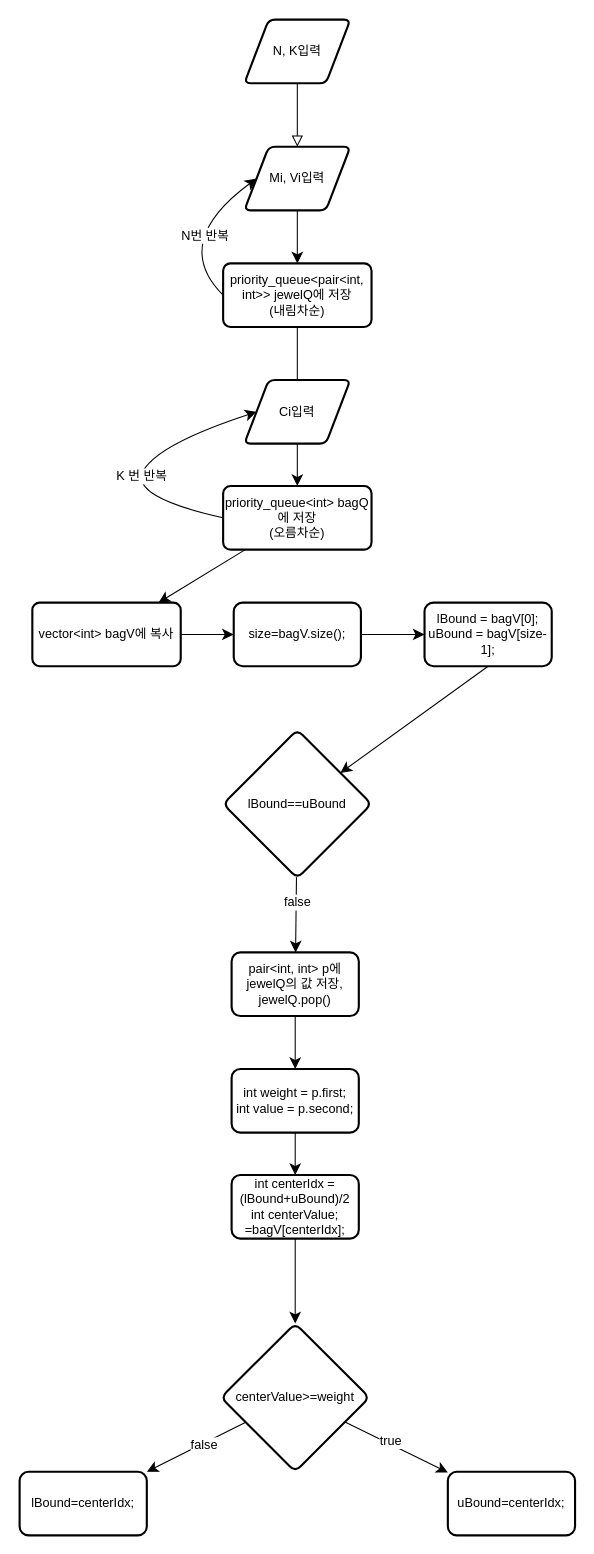
Before: 제목 없는 다이어그램.drawio in minjae-083/githubTest, a draw.io diagram. Source tidied: cells renumbered, new cells numbered last; positions are measured from the earlier drawing's top-left corner, leaving out a move shared by most shapes. Both pictures are drawn from the tidied source at 106%, with x=0, y=0 at pixel (19, 19).
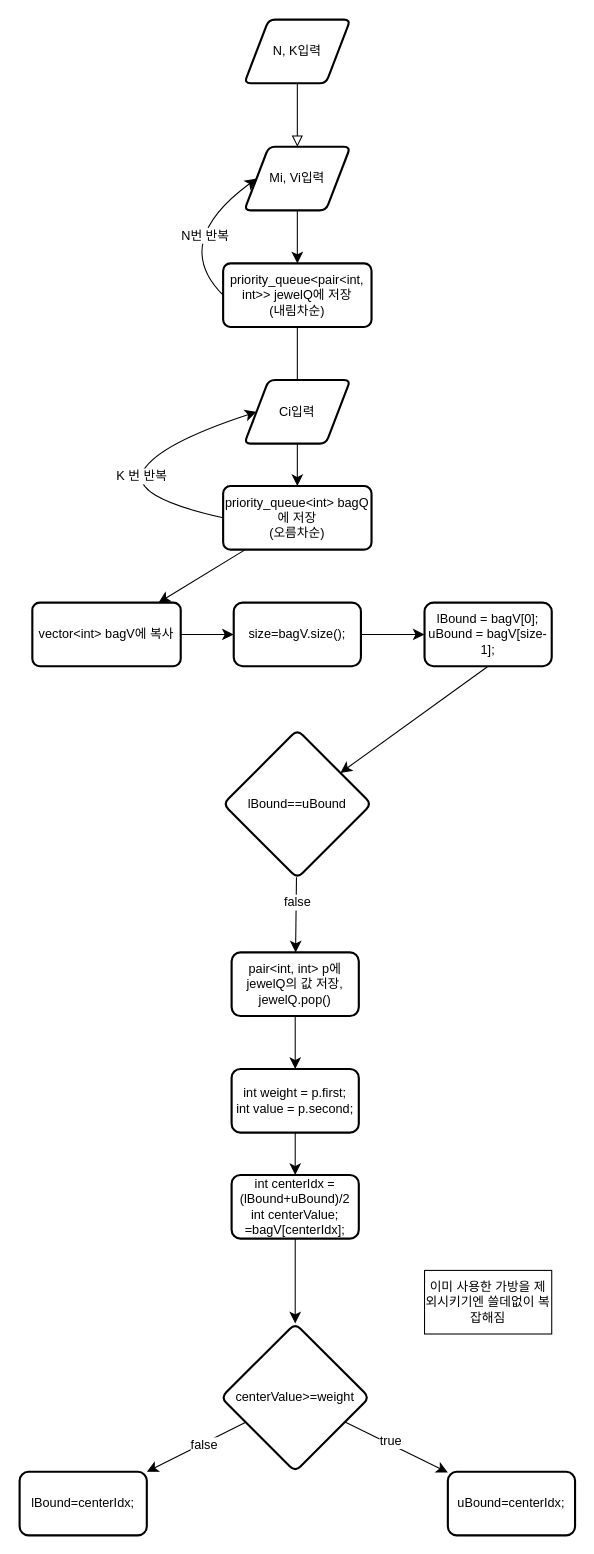
The same diagram, later.

Commit message:
제목 없는 다이어그램.drawio 업데이트

The edit, as a diff of the source:
```diff
@@
+    <mxCell id="38" value="이미 사용한 가방을 제외시키기엔 쓸데없이 복잡해짐" style="rounded=0;whiteSpace=wrap;html=1;" parent="1" vertex="1">
+      <mxGeometry x="382" y="1180" width="120" height="60" as="geometry" />
+    </mxCell>
```
